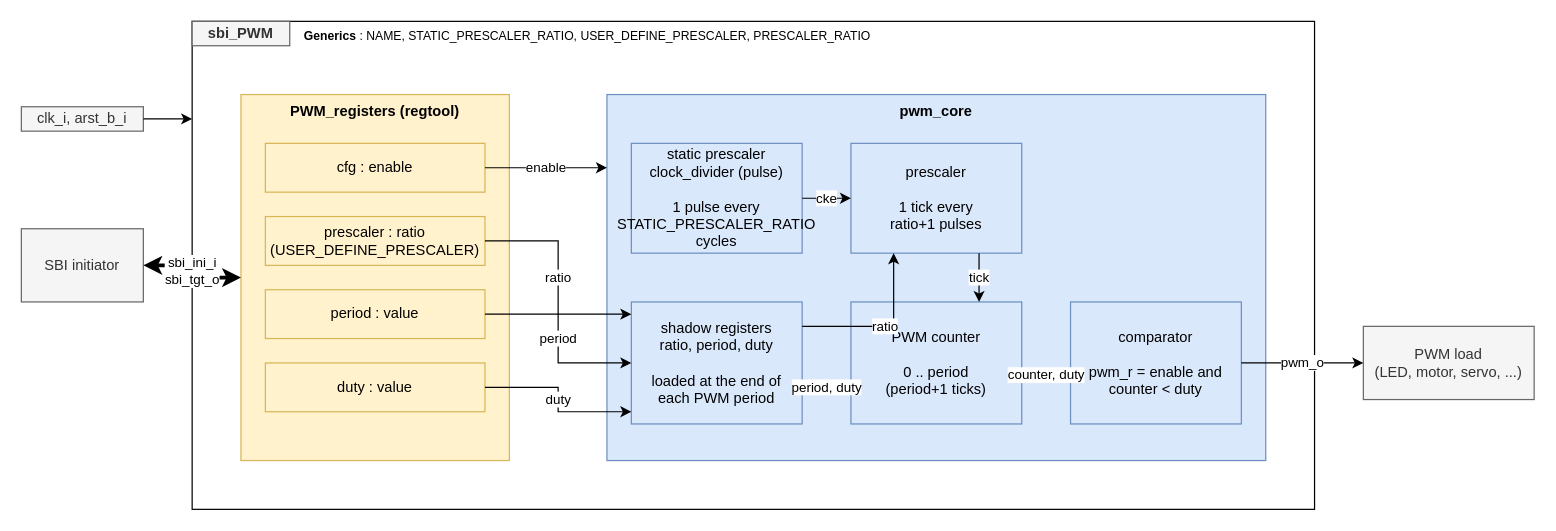
This is doc/PWM.drawio from deuskane/asylum-component-pwm, a draw.io file, before an edit. Source tidied: cells renumbered, new cells numbered last; positions are measured from the earlier drawing's top-left corner, leaving out a move shared by most shapes. Both pictures are drawn from the tidied source at 122%, with x=0, y=0 at pixel (21, 21).
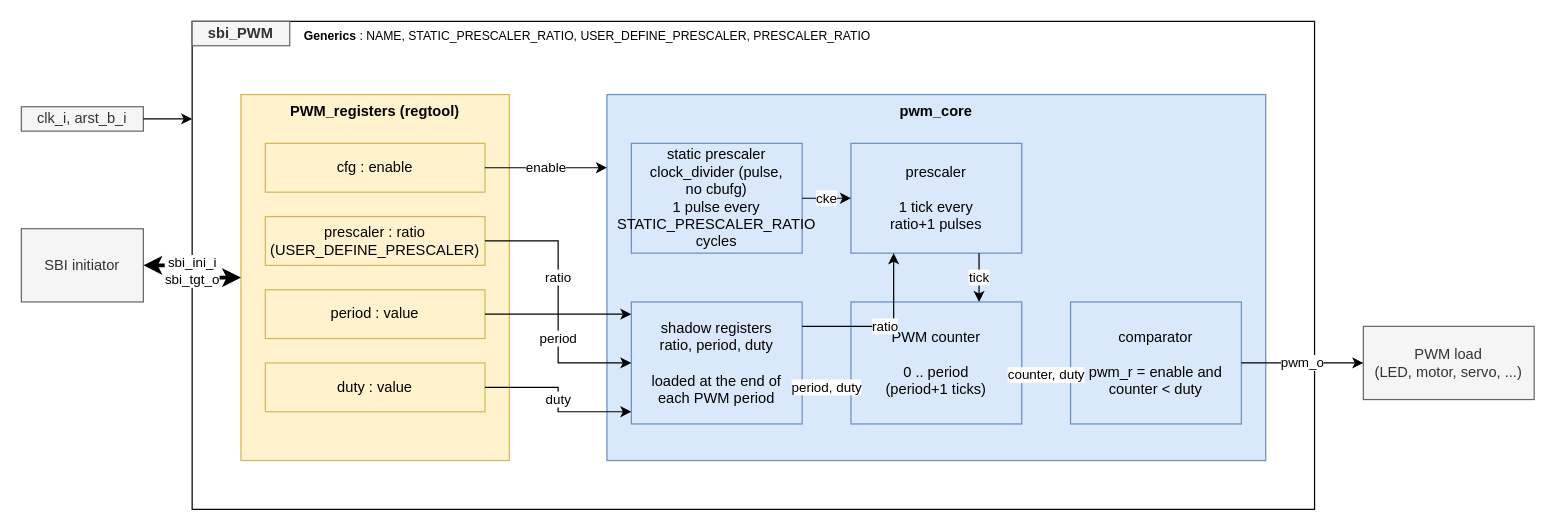
The same diagram, later.

Commit message (it also covers changes not shown here):
PWM - pwm_core : static prescaler without clock buffer (clock_divider >= 2.1.0, BYPASS_CBUFG)

What changed in the source:
```diff
@@
-    <mxCell id="11" value="static prescaler&lt;br&gt;clock_divider (pulse)&lt;br&gt;&lt;br&gt;1 pulse every&lt;br&gt;STATIC_PRESCALER_RATIO cycles" style="rounded=0;whiteSpace=wrap;html=1;fillColor=#dae8fc;strokeColor=#6c8ebf;" parent="1" vertex="1">
+    <mxCell id="11" value="static prescaler&lt;br&gt;clock_divider (pulse,&lt;br&gt;no cbufg)&lt;br&gt;1 pulse every&lt;br&gt;STATIC_PRESCALER_RATIO cycles" style="rounded=0;whiteSpace=wrap;html=1;fillColor=#dae8fc;strokeColor=#6c8ebf;" parent="1" vertex="1">
       <mxGeometry x="500" y="100" width="140" height="90" as="geometry" />
     </mxCell>
```
